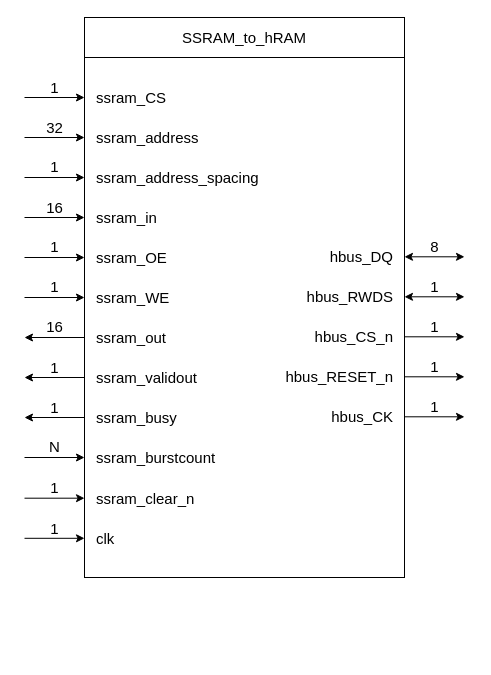
This is page "SSRAM_to_hRAM" (1 of 5) of IP_cores/AvalonMM_to_hRAM/SSRAM_to_hRAM_v1/rtl/SSRAM_to_hRAM.drawio from AndreaBononi/IP_cores, a draw.io file, before an edit. Source tidied: cells renumbered, new cells numbered last; positions are measured from the earlier drawing's top-left corner, leaving out a move shared by most shapes. Both pictures are drawn from the tidied source at 100%, with x=0, y=0 at pixel (24, 17).
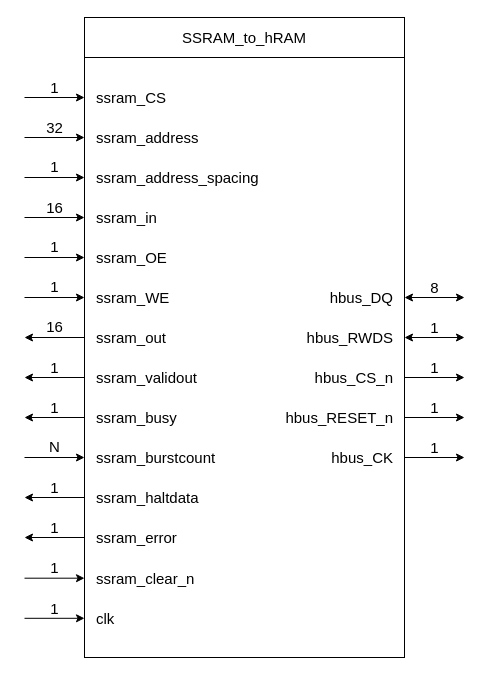
The same page after the edit.

What changed in the source:
```diff
@@
     <mxCell id="2" style="rounded=0;whiteSpace=wrap;html=1;" parent="1" vertex="1">
-      <mxGeometry x="60" y="40" width="320" height="520" as="geometry" />
+      <mxGeometry x="60" y="40" width="320" height="600" as="geometry" />
     </mxCell>
     <mxCell id="3" value="hbus_DQ" style="text;html=1;align=right;verticalAlign=middle;strokeColor=none;fillColor=none;fontSize=15;" parent="1" vertex="1">
-      <mxGeometry x="280" y="224.3" width="90" height="30" as="geometry" />
+      <mxGeometry x="280" y="265" width="90" height="30" as="geometry" />
     </mxCell>
     <mxCell id="4" value="hbus_CS_n" style="text;html=1;align=right;verticalAlign=middle;strokeColor=none;fillColor=none;fontSize=15;" parent="1" vertex="1">
-      <mxGeometry x="270" y="304.3" width="100" height="30" as="geometry" />
+      <mxGeometry x="270" y="345" width="100" height="30" as="geometry" />
     </mxCell>
     <mxCell id="5" value="hbus_CK" style="text;html=1;align=right;verticalAlign=middle;strokeColor=none;fillColor=none;fontSize=15;" parent="1" vertex="1">
-      <mxGeometry x="280" y="384.3" width="90" height="30" as="geometry" />
+      <mxGeometry x="280" y="425" width="90" height="30" as="geometry" />
     </mxCell>
     <mxCell id="6" value="&lt;div&gt;hbus_RESET_n&lt;/div&gt;" style="text;html=1;align=right;verticalAlign=middle;strokeColor=none;fillColor=none;fontSize=15;" parent="1" vertex="1">
-      <mxGeometry x="240" y="344.3" width="130" height="30" as="geometry" />
+      <mxGeometry x="240" y="385" width="130" height="30" as="geometry" />
     </mxCell>
     <mxCell id="7" value="&lt;div&gt;hbus_RWDS&lt;/div&gt;" style="text;html=1;align=right;verticalAlign=middle;strokeColor=none;fillColor=none;fontSize=15;" parent="1" vertex="1">
-      <mxGeometry x="260" y="264.3" width="110" height="30" as="geometry" />
+      <mxGeometry x="260" y="305" width="110" height="30" as="geometry" />
     </mxCell>
@@
     <mxCell id="9" style="endArrow=classic;html=1;rounded=0;fontSize=15;" parent="1" edge="1">
       <mxGeometry relative="1" as="geometry">
-        <mxPoint x="380" y="399.3" as="sourcePoint" />
-        <mxPoint x="440" y="399.3" as="targetPoint" />
+        <mxPoint x="380" y="440" as="sourcePoint" />
+        <mxPoint x="440" y="440" as="targetPoint" />
       </mxGeometry>
     </mxCell>
     <mxCell id="10" value="1" style="text;html=1;align=center;verticalAlign=middle;strokeColor=none;fillColor=none;fontSize=15;" parent="1" vertex="1">
-      <mxGeometry x="400" y="379.3" width="20" height="20" as="geometry" />
+      <mxGeometry x="400" y="420" width="20" height="20" as="geometry" />
     </mxCell>
     <mxCell id="11" style="endArrow=classic;html=1;rounded=0;fontSize=15;" parent="1" edge="1">
       <mxGeometry relative="1" as="geometry">
-        <mxPoint x="380" y="359.3" as="sourcePoint" />
-        <mxPoint x="440" y="359.3" as="targetPoint" />
+        <mxPoint x="380" y="400" as="sourcePoint" />
+        <mxPoint x="440" y="400" as="targetPoint" />
       </mxGeometry>
     </mxCell>
     <mxCell id="12" value="1" style="text;html=1;align=center;verticalAlign=middle;strokeColor=none;fillColor=none;fontSize=15;" parent="1" vertex="1">
-      <mxGeometry x="400" y="339.3" width="20" height="20" as="geometry" />
+      <mxGeometry x="400" y="380" width="20" height="20" as="geometry" />
     </mxCell>
     <mxCell id="13" style="endArrow=classic;html=1;rounded=0;fontSize=15;" parent="1" edge="1">
       <mxGeometry relative="1" as="geometry">
-        <mxPoint x="380" y="319.3" as="sourcePoint" />
-        <mxPoint x="440" y="319.3" as="targetPoint" />
+        <mxPoint x="380" y="360" as="sourcePoint" />
+        <mxPoint x="440" y="360" as="targetPoint" />
       </mxGeometry>
     </mxCell>
     <mxCell id="14" value="1" style="text;html=1;align=center;verticalAlign=middle;strokeColor=none;fillColor=none;fontSize=15;" parent="1" vertex="1">
-      <mxGeometry x="400" y="299.3" width="20" height="20" as="geometry" />
+      <mxGeometry x="400" y="340" width="20" height="20" as="geometry" />
     </mxCell>
     <mxCell id="15" style="endArrow=classic;html=1;rounded=0;fontSize=15;startArrow=classic;startFill=1;" parent="1" edge="1">
       <mxGeometry relative="1" as="geometry">
-        <mxPoint x="380" y="279.3" as="sourcePoint" />
-        <mxPoint x="440" y="279.3" as="targetPoint" />
+        <mxPoint x="380" y="320" as="sourcePoint" />
+        <mxPoint x="440" y="320" as="targetPoint" />
       </mxGeometry>
     </mxCell>
     <mxCell id="16" value="1" style="text;html=1;align=center;verticalAlign=middle;strokeColor=none;fillColor=none;fontSize=15;" parent="1" vertex="1">
-      <mxGeometry x="400" y="259.3" width="20" height="20" as="geometry" />
+      <mxGeometry x="400" y="300" width="20" height="20" as="geometry" />
     </mxCell>
     <mxCell id="17" style="endArrow=classic;html=1;rounded=0;fontSize=15;startArrow=classic;startFill=1;" parent="1" edge="1">
       <mxGeometry relative="1" as="geometry">
-        <mxPoint x="380" y="239.3" as="sourcePoint" />
-        <mxPoint x="440" y="239.3" as="targetPoint" />
+        <mxPoint x="380" y="280" as="sourcePoint" />
+        <mxPoint x="440" y="280" as="targetPoint" />
       </mxGeometry>
     </mxCell>
     <mxCell id="18" value="8" style="text;html=1;align=center;verticalAlign=middle;strokeColor=none;fillColor=none;fontSize=15;" parent="1" vertex="1">
-      <mxGeometry x="400" y="219.3" width="20" height="20" as="geometry" />
+      <mxGeometry x="400" y="260" width="20" height="20" as="geometry" />
     </mxCell>
@@
     <mxCell id="43" style="endArrow=classic;html=1;rounded=0;fontSize=15;" parent="1" edge="1">
       <mxGeometry relative="1" as="geometry">
-        <mxPoint y="480.7" as="sourcePoint" />
-        <mxPoint x="60" y="480.7" as="targetPoint" />
+        <mxPoint y="560.7" as="sourcePoint" />
+        <mxPoint x="60" y="560.7" as="targetPoint" />
       </mxGeometry>
     </mxCell>
     <mxCell id="44" value="1" style="text;html=1;align=center;verticalAlign=middle;strokeColor=none;fillColor=none;fontSize=15;" parent="1" vertex="1">
-      <mxGeometry x="20" y="460" width="20" height="20" as="geometry" />
+      <mxGeometry x="20" y="540" width="20" height="20" as="geometry" />
     </mxCell>
     <mxCell id="45" value="&lt;font style=&quot;font-size: 15px;&quot;&gt;ssram_clear_n&lt;/font&gt;" style="text;html=1;align=left;verticalAlign=middle;strokeColor=none;fillColor=none;rotation=0;" parent="1" vertex="1">
-      <mxGeometry x="70" y="465.7" width="120" height="30" as="geometry" />
+      <mxGeometry x="70" y="545.7" width="120" height="30" as="geometry" />
     </mxCell>
     <mxCell id="46" style="endArrow=classic;html=1;rounded=0;fontSize=15;" parent="1" edge="1">
       <mxGeometry relative="1" as="geometry">
-        <mxPoint y="520.8" as="sourcePoint" />
-        <mxPoint x="60" y="520.8" as="targetPoint" />
+        <mxPoint y="600.8" as="sourcePoint" />
+        <mxPoint x="60" y="600.8" as="targetPoint" />
       </mxGeometry>
     </mxCell>
     <mxCell id="47" value="1" style="text;html=1;align=center;verticalAlign=middle;strokeColor=none;fillColor=none;fontSize=15;" parent="1" vertex="1">
-      <mxGeometry x="20" y="501" width="20" height="20" as="geometry" />
+      <mxGeometry x="20" y="581" width="20" height="20" as="geometry" />
     </mxCell>
     <mxCell id="48" value="&lt;font style=&quot;font-size: 15px;&quot;&gt;clk&lt;/font&gt;" style="text;html=1;align=left;verticalAlign=middle;strokeColor=none;fillColor=none;rotation=0;" parent="1" vertex="1">
-      <mxGeometry x="70" y="506" width="40" height="30" as="geometry" />
+      <mxGeometry x="70" y="586" width="40" height="30" as="geometry" />
     </mxCell>
@@
+    <mxCell id="55" style="endArrow=none;html=1;rounded=0;fontSize=15;startArrow=classic;startFill=1;endFill=0;" parent="1" edge="1">
+      <mxGeometry relative="1" as="geometry">
+        <mxPoint y="480" as="sourcePoint" />
+        <mxPoint x="60" y="480" as="targetPoint" />
+      </mxGeometry>
+    </mxCell>
+    <mxCell id="56" value="&lt;font style=&quot;font-size: 15px;&quot;&gt;ssram_haltdata&lt;/font&gt;" style="text;html=1;align=left;verticalAlign=middle;strokeColor=none;fillColor=none;" parent="1" vertex="1">
+      <mxGeometry x="70" y="465" width="130" height="30" as="geometry" />
+    </mxCell>
+    <mxCell id="57" value="1" style="text;html=1;align=center;verticalAlign=middle;strokeColor=none;fillColor=none;fontSize=15;" parent="1" vertex="1">
+      <mxGeometry x="20" y="460" width="20" height="20" as="geometry" />
+    </mxCell>
+    <mxCell id="58" style="endArrow=none;html=1;rounded=0;fontSize=15;startArrow=classic;startFill=1;endFill=0;" parent="1" edge="1">
+      <mxGeometry relative="1" as="geometry">
+        <mxPoint y="520" as="sourcePoint" />
+        <mxPoint x="60" y="520" as="targetPoint" />
+      </mxGeometry>
+    </mxCell>
+    <mxCell id="59" value="&lt;font style=&quot;font-size: 15px;&quot;&gt;ssram_error&lt;/font&gt;" style="text;html=1;align=left;verticalAlign=middle;strokeColor=none;fillColor=none;" parent="1" vertex="1">
+      <mxGeometry x="70" y="505" width="100" height="30" as="geometry" />
+    </mxCell>
+    <mxCell id="60" value="1" style="text;html=1;align=center;verticalAlign=middle;strokeColor=none;fillColor=none;fontSize=15;" parent="1" vertex="1">
+      <mxGeometry x="20" y="500" width="20" height="20" as="geometry" />
+    </mxCell>
```
